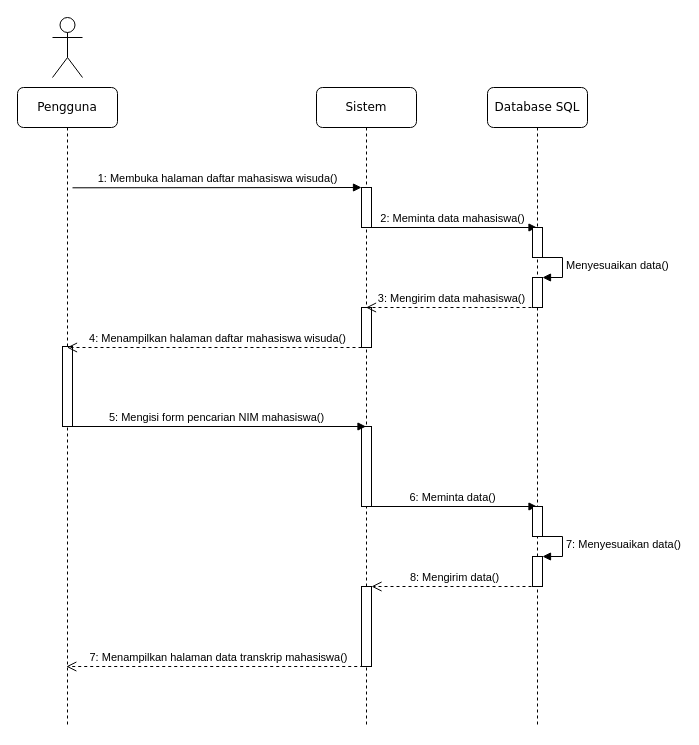
This is page "Sequence daftarWisuda" (4 of 13) of SIAKAD ERD.drawio from RidhoAnshory/drawiocloud, a draw.io file, before an edit. Source tidied: cells renumbered, new cells numbered last; positions are measured from the earlier drawing's top-left corner, leaving out a move shared by most shapes. Both pictures are drawn from the tidied source at 100%, with x=0, y=0 at pixel (17, 17).
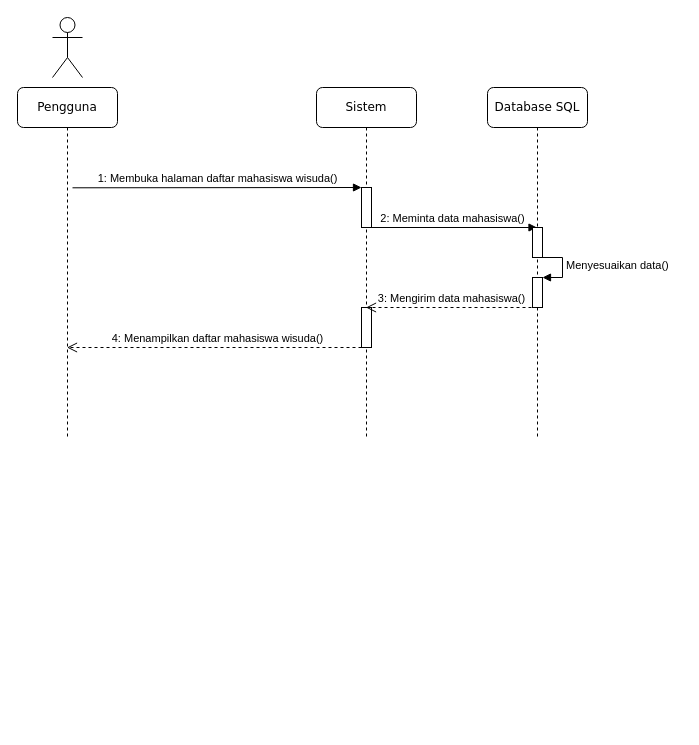
After the change.

Change to the diagram source:
```diff
@@
     <mxCell id="2" value="Sistem" style="shape=umlLifeline;perimeter=lifelinePerimeter;whiteSpace=wrap;html=1;outlineConnect=0;rounded=1;shadow=0;comic=0;labelBackgroundColor=none;strokeWidth=1;fontFamily=Verdana;fontSize=12;align=center;" parent="1" vertex="1">
-      <mxGeometry x="299" y="70" width="100" height="640" as="geometry" />
+      <mxGeometry x="299" y="70" width="100" height="350" as="geometry" />
     </mxCell>
@@
-    <mxCell id="4" style="html=1;perimeter=orthogonalPerimeter;" parent="2" vertex="1">
-      <mxGeometry x="45" y="339" width="10" height="80" as="geometry" />
-    </mxCell>
-    <mxCell id="5" value="6: Meminta data()" style="html=1;verticalAlign=bottom;endArrow=block;" parent="2" edge="1">
-      <mxGeometry relative="1" as="geometry">
-        <mxPoint x="51" y="419" as="sourcePoint" />
-        <mxPoint x="220.5" y="419" as="targetPoint" />
-      </mxGeometry>
-    </mxCell>
-    <mxCell id="6" style="html=1;points=[];perimeter=orthogonalPerimeter;" parent="2" vertex="1">
-      <mxGeometry x="45" y="499" width="10" height="80" as="geometry" />
-    </mxCell>
@@
     <mxCell id="9" value="Database SQL" style="shape=umlLifeline;perimeter=lifelinePerimeter;whiteSpace=wrap;html=1;outlineConnect=0;rounded=1;shadow=0;comic=0;labelBackgroundColor=none;strokeWidth=1;fontFamily=Verdana;fontSize=12;align=center;" parent="1" vertex="1">
-      <mxGeometry x="470" y="70" width="100" height="640" as="geometry" />
+      <mxGeometry x="470" y="70" width="100" height="350" as="geometry" />
     </mxCell>
-    <mxCell id="10" style="html=1;perimeter=orthogonalPerimeter;rounded=0;shadow=0;comic=0;labelBackgroundColor=none;strokeWidth=1;fontFamily=Verdana;fontSize=12;align=center;" parent="9" vertex="1">
-      <mxGeometry x="45" y="419" width="10" height="30" as="geometry" />
-    </mxCell>
-    <mxCell id="11" style="html=1;points=[];perimeter=orthogonalPerimeter;" parent="9" vertex="1">
-      <mxGeometry x="45" y="469" width="10" height="30" as="geometry" />
-    </mxCell>
-    <mxCell id="12" value="7: Menyesuaikan data()" style="edgeStyle=orthogonalEdgeStyle;html=1;align=left;spacingLeft=2;endArrow=block;rounded=0;entryX=1;entryY=0;" parent="9" edge="1" target="11">
-      <mxGeometry relative="1" as="geometry">
-        <mxPoint x="50" y="449" as="sourcePoint" />
-        <Array as="points">
-          <mxPoint x="75" y="449" />
-        </Array>
-      </mxGeometry>
-    </mxCell>
@@
     <mxCell id="16" value="Pengguna" style="shape=umlLifeline;perimeter=lifelinePerimeter;whiteSpace=wrap;html=1;outlineConnect=0;rounded=1;shadow=0;comic=0;labelBackgroundColor=none;strokeWidth=1;fontFamily=Verdana;fontSize=12;align=center;" parent="1" vertex="1">
-      <mxGeometry y="70" width="100" height="640" as="geometry" />
+      <mxGeometry y="70" width="100" height="350" as="geometry" />
     </mxCell>
-    <mxCell id="17" style="html=1;perimeter=orthogonalPerimeter;" parent="16" vertex="1">
-      <mxGeometry x="45" y="259" width="10" height="80" as="geometry" />
-    </mxCell>
-    <mxCell id="18" value="5: Mengisi form pencarian NIM mahasiswa()" style="html=1;verticalAlign=bottom;endArrow=block;" parent="16" edge="1">
-      <mxGeometry relative="1" as="geometry">
-        <mxPoint x="50" y="339" as="sourcePoint" />
-        <mxPoint x="348.5" y="339" as="targetPoint" />
-      </mxGeometry>
-    </mxCell>
@@
-    <mxCell id="21" value="8: Mengirim data()" style="html=1;verticalAlign=bottom;endArrow=open;dashed=1;endSize=8;" parent="1" edge="1" target="6">
-      <mxGeometry relative="1" as="geometry">
-        <mxPoint x="520" y="569" as="sourcePoint" />
-        <Array as="points">
-          <mxPoint x="490" y="569" />
-        </Array>
-      </mxGeometry>
-    </mxCell>
-    <mxCell id="22" value="7: Menampilkan halaman data transkrip mahasiswa()" style="html=1;verticalAlign=bottom;endArrow=open;dashed=1;endSize=8;exitX=0.772;exitY=1;exitDx=0;exitDy=0;exitPerimeter=0;" parent="1" edge="1" source="6">
-      <mxGeometry relative="1" as="geometry">
-        <mxPoint x="48.8" y="649" as="targetPoint" />
-      </mxGeometry>
-    </mxCell>
@@
-    <mxCell id="24" value="4: Menampilkan halaman daftar mahasiswa wisuda()" style="html=1;verticalAlign=bottom;endArrow=open;dashed=1;endSize=8;" parent="1" edge="1" target="16">
+    <mxCell id="24" value="4: Menampilkan daftar mahasiswa wisuda()" style="html=1;verticalAlign=bottom;endArrow=open;dashed=1;endSize=8;" parent="1" edge="1" target="16">
       <mxGeometry relative="1" as="geometry">
         <mxPoint x="350" y="330" as="sourcePoint" />
       </mxGeometry>
     </mxCell>
```
